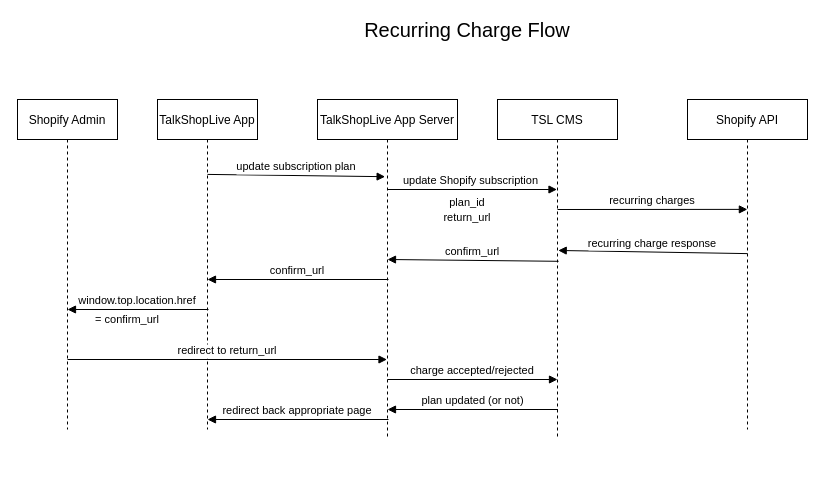
Above: Recurring Charge Flow.drawio in alexrsunrise/diagrams (draw.io), before the change. Source tidied: cells renumbered, new cells numbered last; positions are measured from the earlier drawing's top-left corner, leaving out a move shared by most shapes. Both pictures are drawn from the tidied source at 100%, with x=0, y=0 at pixel (17, 19).
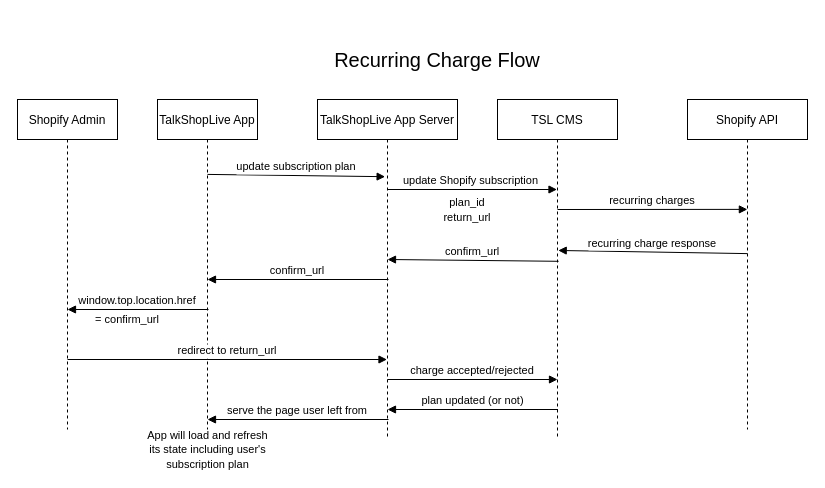
After the change.

The edit, as a diff of the source:
```diff
@@
     <mxCell id="6" value="&lt;font style=&quot;font-size: 20px&quot;&gt;Recurring Charge Flow&lt;/font&gt;" style="text;html=1;strokeColor=none;fillColor=none;align=center;verticalAlign=middle;whiteSpace=wrap;rounded=0;" parent="1" vertex="1">
-      <mxGeometry x="320" width="260" height="20" as="geometry" />
+      <mxGeometry x="290" y="30" width="260" height="20" as="geometry" />
     </mxCell>
@@
-    <mxCell id="18" value="redirect back appropriate page" style="verticalAlign=bottom;endArrow=block;shadow=0;strokeWidth=1;" parent="1" edge="1">
+    <mxCell id="18" value="serve the page user left from" style="verticalAlign=bottom;endArrow=block;shadow=0;strokeWidth=1;" parent="1" edge="1">
       <mxGeometry relative="1" as="geometry">
         <mxPoint x="371" y="400" as="sourcePoint" />
         <mxPoint x="190" y="400" as="targetPoint" />
       </mxGeometry>
     </mxCell>
@@
+    <mxCell id="21" value="&lt;font style=&quot;font-size: 11px&quot;&gt;App will load and refresh its state including user's subscription plan&lt;/font&gt;" style="text;html=1;strokeColor=none;fillColor=none;align=center;verticalAlign=middle;whiteSpace=wrap;rounded=0;" parent="1" vertex="1">
+      <mxGeometry x="127.5" y="420" width="125" height="20" as="geometry" />
+    </mxCell>
```
